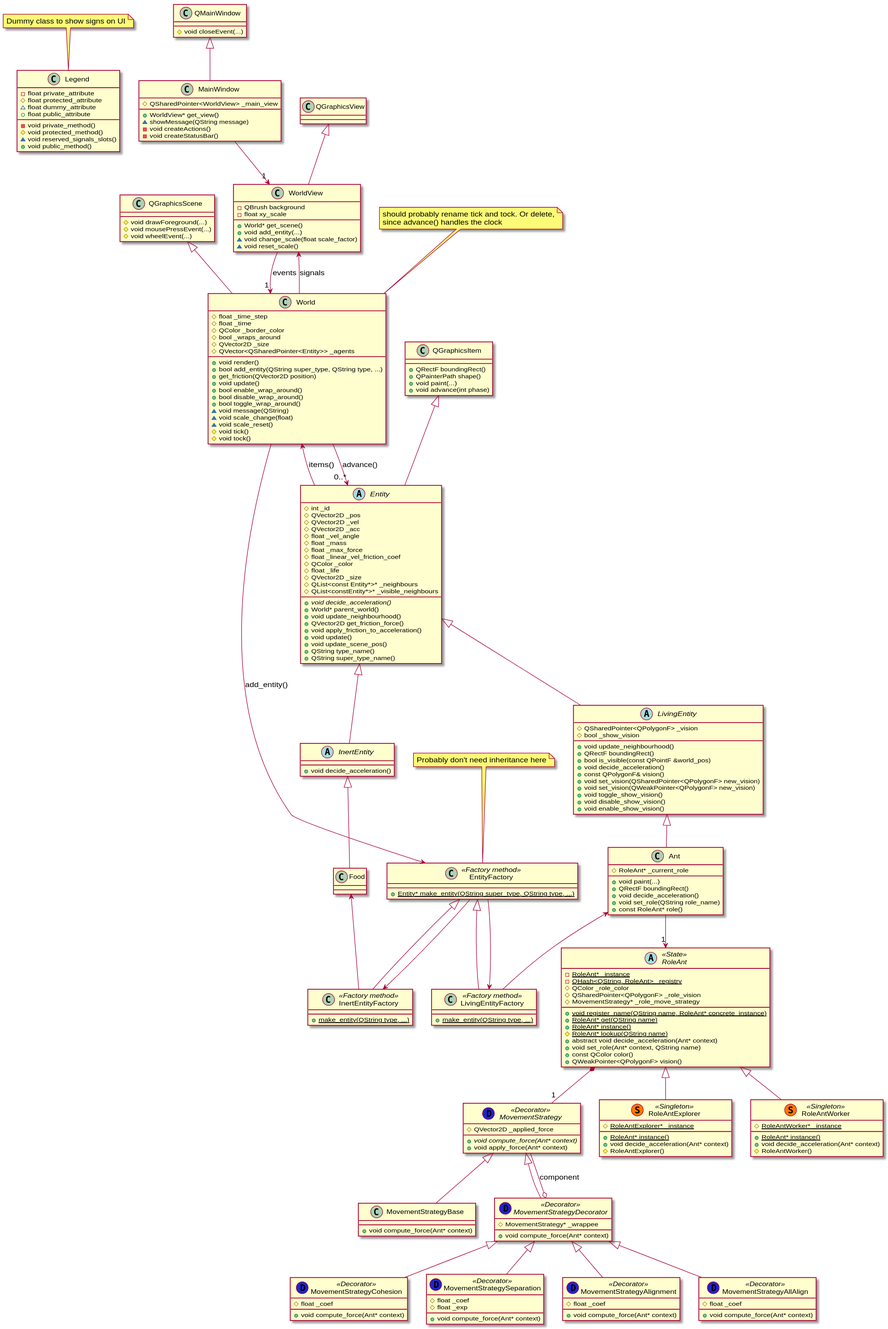
Before: specs/class_diagram.svg, a diagram exported from PlantUML (gagbo/emergence). Its source is kept beside it as specs/class_diagram.puml.
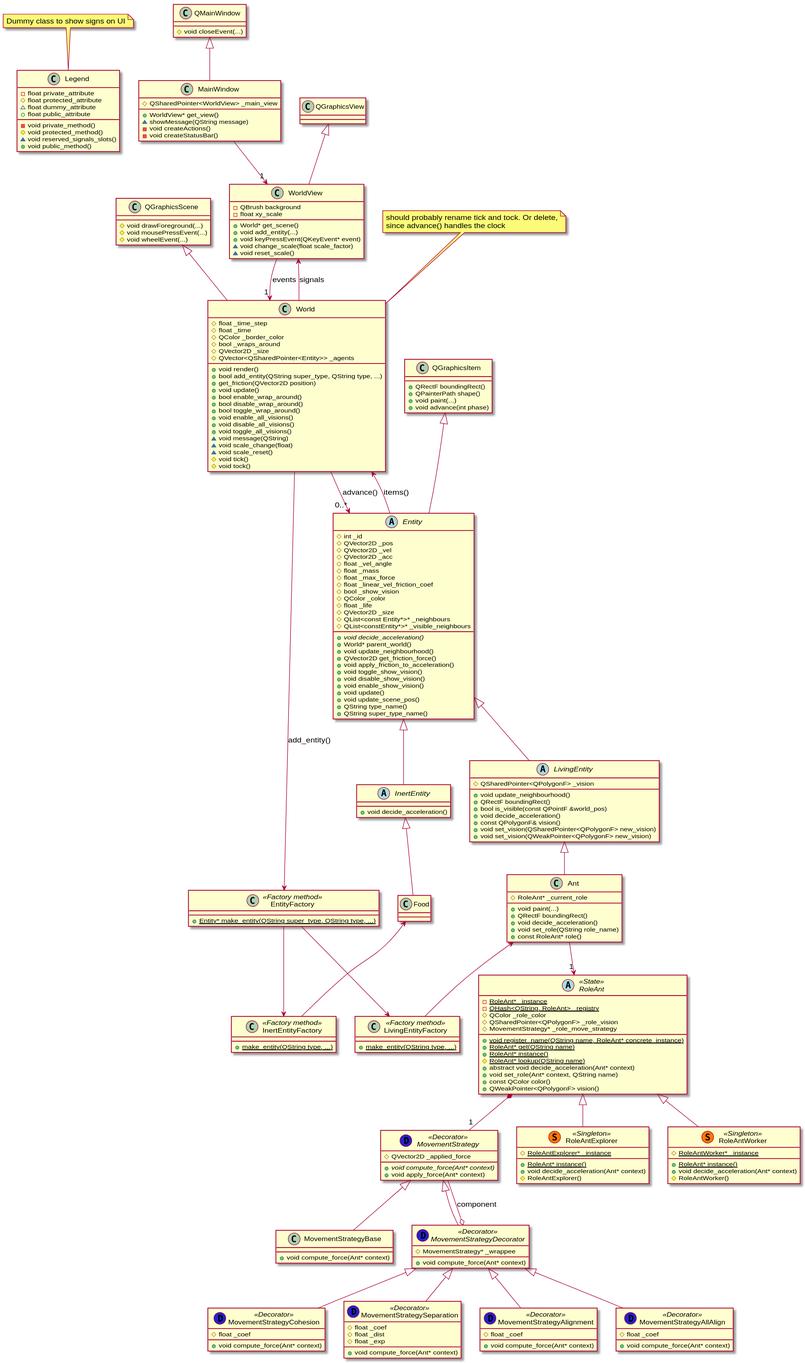
The same file after the commit.

Commit message:
UML Diagram : minor Update

Since the inheritance in Factories was laready taken out, remove the
comment.

Pull the vision code up from LivingEntity to Entity

Check some signatures and add the forgotten new member of
MovementStrategySeparation

Change to the diagram source:
```diff
@@ -47,6 +47,7 @@
 
     +World* get_scene()
     +void add_entity(...)
+    +void keyPressEvent(QKeyEvent* event)
     ~void change_scale(float scale_factor)
     ~void reset_scale()
 }
@@ -66,6 +67,9 @@
     +bool enable_wrap_around()
     +bool disable_wrap_around()
     +bool toggle_wrap_around()
+    +void enable_all_visions()
+    +void disable_all_visions()
+    +void toggle_all_visions()
     ~void message(QString)
     ~void scale_change(float)
     ~void scale_reset()
@@ -83,6 +87,7 @@
 #float _mass
 #float _max_force
 #float _linear_vel_friction_coef
+#bool _show_vision
 #QColor _color
 #float _life
 #QVector2D _size
@@ -94,6 +99,9 @@
 +void update_neighbourhood()
 +QVector2D get_friction_force()
 +void apply_friction_to_acceleration()
++void toggle_show_vision()
++void disable_show_vision()
++void enable_show_vision()
 +void update()
 +void update_scene_pos()
 +QString type_name()
@@ -102,7 +110,7 @@
 
 abstract class LivingEntity {
 #QSharedPointer<QPolygonF> _vision
-#bool _show_vision
+
 
 +void update_neighbourhood()
 +QRectF boundingRect()
@@ -111,9 +119,6 @@
 +const QPolygonF& vision()
 +void set_vision(QSharedPointer<QPolygonF> new_vision)
 +void set_vision(QWeakPointer<QPolygonF> new_vision)
-+void toggle_show_vision()
-+void disable_show_vision()
-+void enable_show_vision()
 }
 
 abstract class InertEntity {
@@ -157,6 +162,7 @@
 
 class MovementStrategySeparation << (D,#2222CC) Decorator >> {
     #float _coef
+    #float _dist
     #float _exp
 
     +void compute_force(Ant* context)
@@ -211,7 +217,6 @@
 class EntityFactory << Factory method >> {
     +{static} Entity* make_entity(QString super_type, QString type, ...)
 }
-note top of EntityFactory : Probably don't need inheritance here
 
 class LivingEntityFactory << Factory method >> {
     +{static} make_entity(QString type, ...)
@@ -236,9 +241,6 @@
 World --> "0..*" Entity : advance()
 Entity --> World : items()
 World --> EntityFactory : add_entity()
-
-EntityFactory <|-- LivingEntityFactory
-EntityFactory <|-- InertEntityFactory
 
 EntityFactory --> LivingEntityFactory
 EntityFactory --> InertEntityFactory
```
